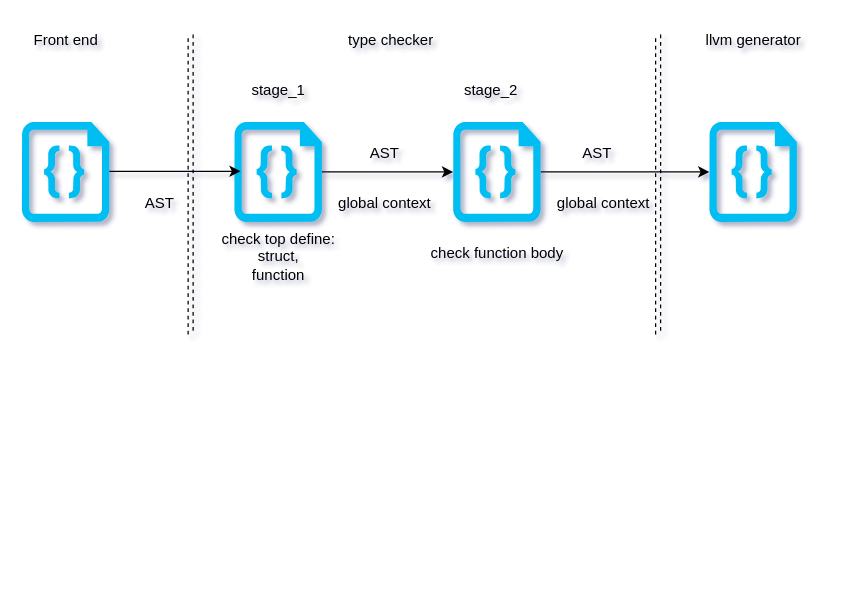
The draw.io diagram doc/type_checker.drawio in CXianRen/JLC, before the edit. Source tidied: cells renumbered, new cells numbered last; positions are measured from the earlier drawing's top-left corner, leaving out a move shared by most shapes. Both pictures are drawn from the tidied source at 125%, with x=0, y=0 at pixel (21, 21).
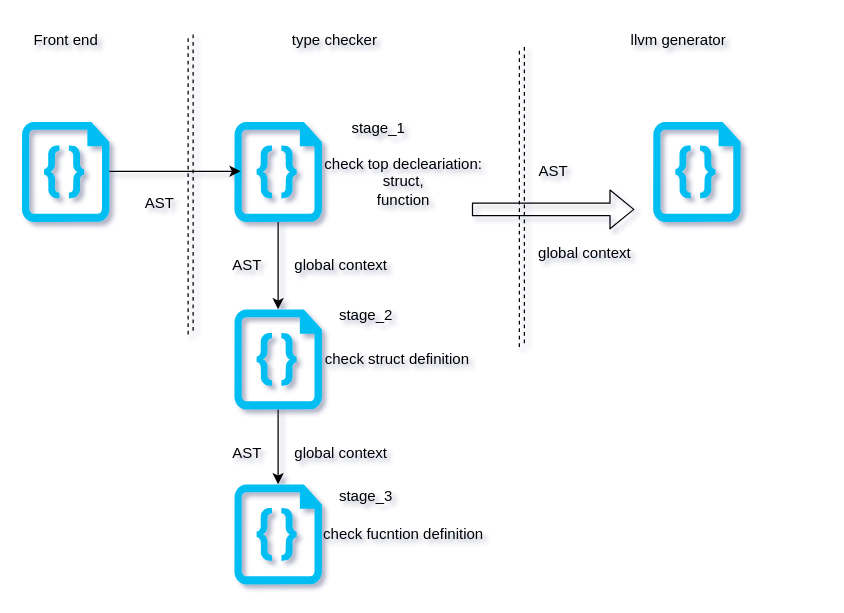
The same diagram, later.

Unchanged cells that the change refers to:
```xml
<mxCell id="3" style="verticalLabelPosition=bottom;html=1;verticalAlign=top;align=center;strokeColor=none;fillColor=#00BEF2;shape=mxgraph.azure.code_file;fontColor=#000000;" parent="1" vertex="1">
  <mxGeometry x="170" y="80" width="70" height="80" as="geometry" />
</mxCell>
```

Change to the diagram source:
```diff
@@
-    <mxCell id="2" style="edgeStyle=none;html=1;entryX=0;entryY=0.5;entryDx=0;entryDy=0;entryPerimeter=0;fontColor=#000000;strokeColor=#000000;" parent="1" edge="1" source="3" target="5">
+    <mxCell id="2" style="edgeStyle=none;html=1;entryX=0.5;entryY=0;entryDx=0;entryDy=0;entryPerimeter=0;fontColor=#000000;strokeColor=#000000;" parent="1" edge="1" source="3" target="5">
       <mxGeometry relative="1" as="geometry" />
     </mxCell>
@@
-    <mxCell id="4" style="edgeStyle=none;html=1;strokeColor=#000000;fontColor=#000000;" parent="1" edge="1" source="5" target="6">
-      <mxGeometry relative="1" as="geometry" />
-    </mxCell>
+    <mxCell id="23" style="edgeStyle=none;html=1;strokeColor=#000000;" parent="1" edge="1" source="5" target="25">
+      <mxGeometry relative="1" as="geometry" />
+    </mxCell>
     <mxCell id="5" style="verticalLabelPosition=bottom;html=1;verticalAlign=top;align=center;strokeColor=none;fillColor=#00BEF2;shape=mxgraph.azure.code_file;fontColor=#000000;" parent="1" vertex="1">
-      <mxGeometry x="345" y="80" width="70" height="80" as="geometry" />
+      <mxGeometry x="170" y="230" width="70" height="80" as="geometry" />
     </mxCell>
     <mxCell id="6" style="verticalLabelPosition=bottom;html=1;verticalAlign=top;align=center;strokeColor=none;fillColor=#00BEF2;shape=mxgraph.azure.code_file;fontColor=#000000;" parent="1" vertex="1">
-      <mxGeometry x="550" y="80" width="70" height="80" as="geometry" />
+      <mxGeometry x="505" y="80" width="70" height="80" as="geometry" />
     </mxCell>
     <mxCell id="7" value="&lt;font color=&quot;#000000&quot;&gt;stage_1&lt;/font&gt;" style="text;html=1;align=center;verticalAlign=middle;strokeColor=none;fillColor=none;" parent="1" vertex="1">
-      <mxGeometry x="170" y="40" width="70" height="30" as="geometry" />
+      <mxGeometry x="250" y="70" width="70" height="30" as="geometry" />
     </mxCell>
-    <mxCell id="8" value="&lt;font color=&quot;#000000&quot;&gt;check top define:&lt;br&gt;struct,&lt;br&gt;function&lt;br&gt;&lt;br&gt;&lt;/font&gt;" style="text;html=1;align=center;verticalAlign=middle;strokeColor=none;fillColor=none;" parent="1" vertex="1">
-      <mxGeometry x="150" y="160" width="110" height="70" as="geometry" />
+    <mxCell id="8" value="&lt;font color=&quot;#000000&quot;&gt;check top decleariation:&lt;br&gt;struct,&lt;br&gt;function&lt;br&gt;&lt;br&gt;&lt;/font&gt;" style="text;html=1;align=center;verticalAlign=middle;strokeColor=none;fillColor=none;" parent="1" vertex="1">
+      <mxGeometry x="230" y="100" width="150" height="70" as="geometry" />
     </mxCell>
     <mxCell id="9" value="&lt;font color=&quot;#000000&quot;&gt;global context&lt;/font&gt;" style="text;html=1;align=center;verticalAlign=middle;strokeColor=none;fillColor=none;" parent="1" vertex="1">
-      <mxGeometry x="240" y="130" width="100" height="30" as="geometry" />
+      <mxGeometry x="205" y="180" width="100" height="30" as="geometry" />
     </mxCell>
     <mxCell id="10" value="&lt;font color=&quot;#000000&quot;&gt;stage_2&lt;/font&gt;" style="text;html=1;align=center;verticalAlign=middle;strokeColor=none;fillColor=none;" parent="1" vertex="1">
-      <mxGeometry x="340" y="40" width="70" height="30" as="geometry" />
+      <mxGeometry x="240" y="220" width="70" height="30" as="geometry" />
     </mxCell>
-    <mxCell id="11" value="&lt;font color=&quot;#000000&quot;&gt;check function body&lt;br&gt;&lt;/font&gt;" style="text;html=1;align=center;verticalAlign=middle;strokeColor=none;fillColor=none;" parent="1" vertex="1">
-      <mxGeometry x="315" y="170" width="130" height="30" as="geometry" />
+    <mxCell id="11" value="&lt;font color=&quot;#000000&quot;&gt;check struct definition&lt;br&gt;&lt;/font&gt;" style="text;html=1;align=center;verticalAlign=middle;strokeColor=none;fillColor=none;" parent="1" vertex="1">
+      <mxGeometry x="230" y="255" width="140" height="30" as="geometry" />
     </mxCell>
     <mxCell id="12" style="endArrow=none;dashed=1;html=1;strokeColor=#000000;fontColor=#000000;shape=link;" parent="1" edge="1">
       <mxGeometry relative="1" as="geometry">
-        <mxPoint x="509" y="250" as="sourcePoint" />
-        <mxPoint x="509" y="10" as="targetPoint" />
+        <mxPoint x="400" y="260" as="sourcePoint" />
+        <mxPoint x="400" y="20" as="targetPoint" />
       </mxGeometry>
     </mxCell>
@@
     <mxCell id="17" value="&lt;font color=&quot;#000000&quot;&gt;type checker&lt;/font&gt;" style="text;html=1;align=center;verticalAlign=middle;strokeColor=none;fillColor=none;" parent="1" vertex="1">
-      <mxGeometry x="250" width="90" height="30" as="geometry" />
+      <mxGeometry x="205" width="90" height="30" as="geometry" />
     </mxCell>
@@
     <mxCell id="19" value="&lt;font color=&quot;#000000&quot;&gt;llvm generator&lt;/font&gt;" style="text;html=1;align=center;verticalAlign=middle;strokeColor=none;fillColor=none;" parent="1" vertex="1">
-      <mxGeometry x="535" width="100" height="30" as="geometry" />
+      <mxGeometry x="475" width="100" height="30" as="geometry" />
     </mxCell>
     <mxCell id="20" value="&lt;font color=&quot;#000000&quot;&gt;AST&lt;/font&gt;" style="text;html=1;align=center;verticalAlign=middle;strokeColor=none;fillColor=none;" parent="1" vertex="1">
-      <mxGeometry x="265" y="90" width="50" height="30" as="geometry" />
+      <mxGeometry x="400" y="105" width="50" height="30" as="geometry" />
     </mxCell>
     <mxCell id="21" value="&lt;font color=&quot;#000000&quot;&gt;global context&lt;/font&gt;" style="text;html=1;align=center;verticalAlign=middle;strokeColor=none;fillColor=none;" parent="1" vertex="1">
-      <mxGeometry x="415" y="130" width="100" height="30" as="geometry" />
+      <mxGeometry x="400" y="170" width="100" height="30" as="geometry" />
     </mxCell>
-    <mxCell id="22" value="&lt;font color=&quot;#000000&quot;&gt;AST&lt;/font&gt;" style="text;html=1;align=center;verticalAlign=middle;strokeColor=none;fillColor=none;" parent="1" vertex="1">
-      <mxGeometry x="435" y="90" width="50" height="30" as="geometry" />
-    </mxCell>
+    <mxCell id="24" style="edgeStyle=none;html=1;fontColor=#000000;strokeColor=#000000;shape=flexArrow;" parent="1" edge="1">
+      <mxGeometry relative="1" as="geometry">
+        <mxPoint x="360" y="150" as="sourcePoint" />
+        <mxPoint x="490" y="150" as="targetPoint" />
+      </mxGeometry>
+    </mxCell>
+    <mxCell id="25" style="verticalLabelPosition=bottom;html=1;verticalAlign=top;align=center;strokeColor=none;fillColor=#00BEF2;shape=mxgraph.azure.code_file;fontColor=#000000;" parent="1" vertex="1">
+      <mxGeometry x="170" y="370" width="70" height="80" as="geometry" />
+    </mxCell>
+    <mxCell id="26" value="&lt;font color=&quot;#000000&quot;&gt;AST&lt;/font&gt;" style="text;html=1;align=center;verticalAlign=middle;strokeColor=none;fillColor=none;" parent="1" vertex="1">
+      <mxGeometry x="155" y="180" width="50" height="30" as="geometry" />
+    </mxCell>
+    <mxCell id="27" value="&lt;font color=&quot;#000000&quot;&gt;global context&lt;/font&gt;" style="text;html=1;align=center;verticalAlign=middle;strokeColor=none;fillColor=none;" parent="1" vertex="1">
+      <mxGeometry x="205" y="330" width="100" height="30" as="geometry" />
+    </mxCell>
+    <mxCell id="28" value="&lt;font color=&quot;#000000&quot;&gt;AST&lt;/font&gt;" style="text;html=1;align=center;verticalAlign=middle;strokeColor=none;fillColor=none;" parent="1" vertex="1">
+      <mxGeometry x="155" y="330" width="50" height="30" as="geometry" />
+    </mxCell>
+    <mxCell id="29" value="&lt;font color=&quot;#000000&quot;&gt;check fucntion definition&lt;br&gt;&lt;/font&gt;" style="text;html=1;align=center;verticalAlign=middle;strokeColor=none;fillColor=none;" parent="1" vertex="1">
+      <mxGeometry x="230" y="395" width="150" height="30" as="geometry" />
+    </mxCell>
+    <mxCell id="30" value="&lt;font color=&quot;#000000&quot;&gt;stage_3&lt;/font&gt;" style="text;html=1;align=center;verticalAlign=middle;strokeColor=none;fillColor=none;" parent="1" vertex="1">
+      <mxGeometry x="240" y="365" width="70" height="30" as="geometry" />
+    </mxCell>
```
